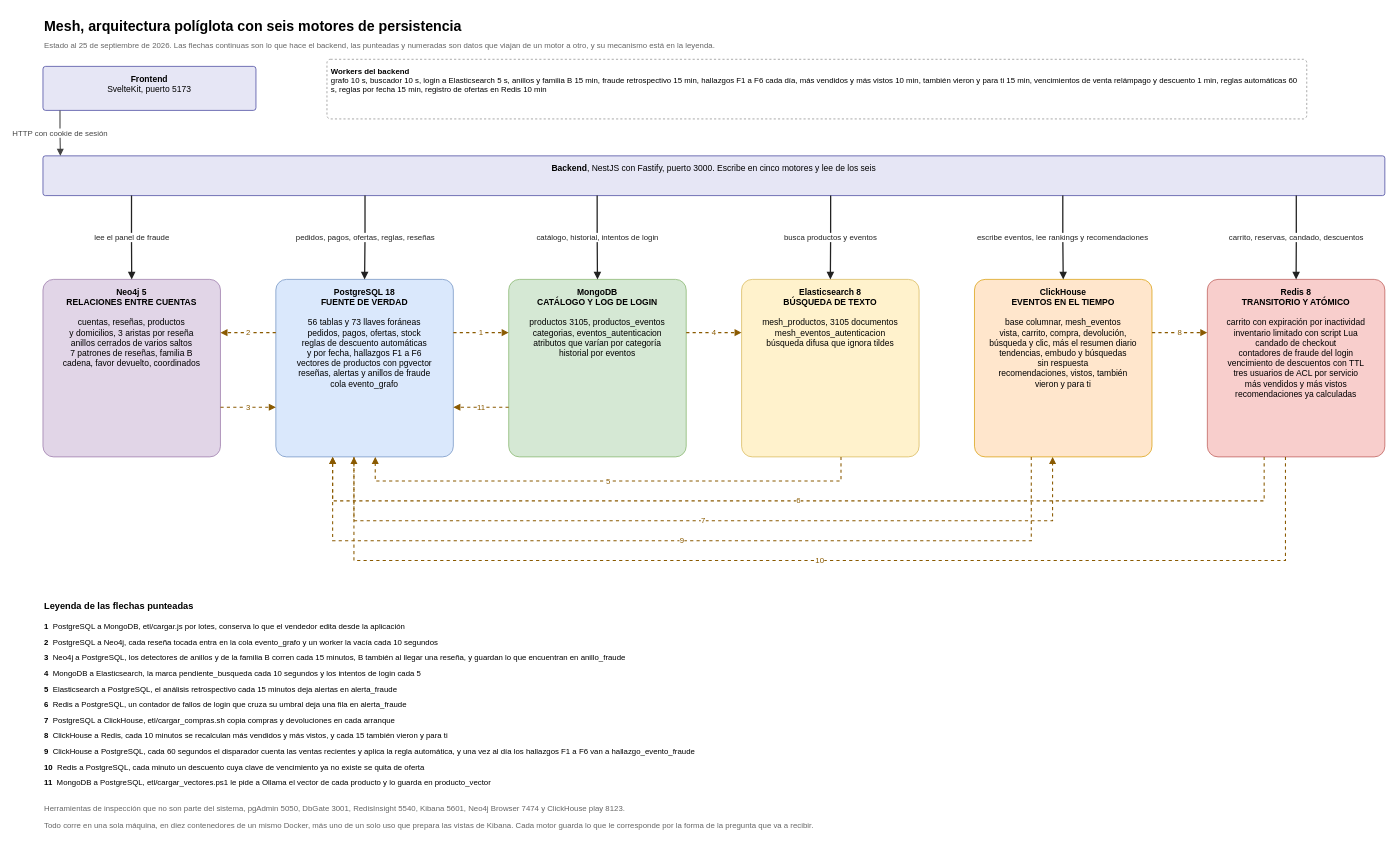
Before: docs/diagrama-arquitectura.drawio in pinedahuella/Proyecto-Tienda-Base-Datos-2, a draw.io diagram. Source tidied: cells renumbered, new cells numbered last; positions are measured from the earlier drawing's top-left corner, leaving out a move shared by most shapes. Both pictures are drawn from the tidied source at 71%, with x=0, y=0 at pixel (43, 12).
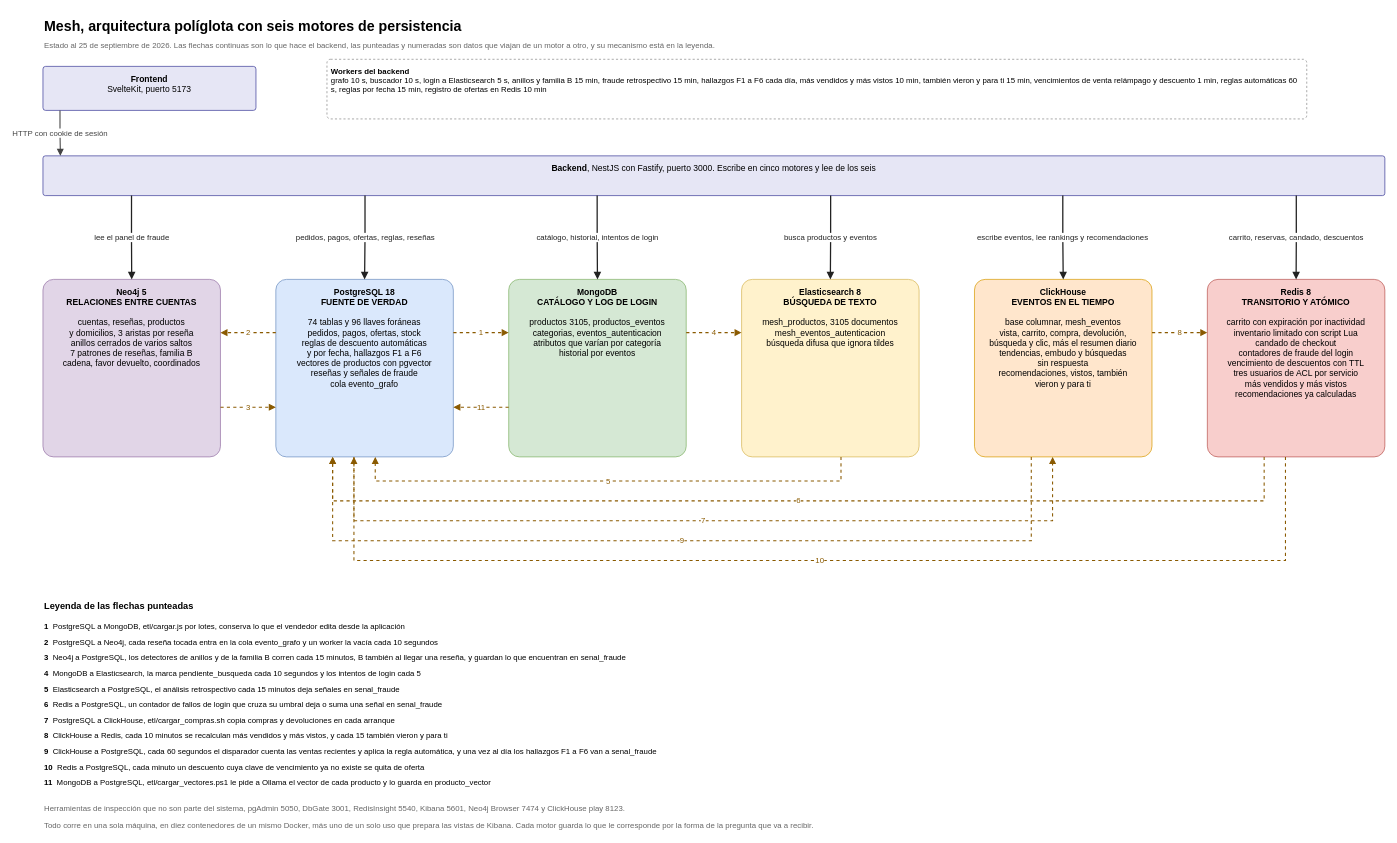
The same diagram, later.

Change to the diagram source:
```diff
@@
-    <mxCell id="10" value="&lt;b&gt;PostgreSQL 18&lt;/b&gt;&lt;br&gt;&lt;b&gt;FUENTE DE VERDAD&lt;/b&gt;&lt;br&gt;&lt;br&gt;56 tablas y 73 llaves foráneas&lt;br&gt;pedidos, pagos, ofertas, stock&lt;br&gt;reglas de descuento automáticas&lt;br&gt;y por fecha, hallazgos F1 a F6&lt;br&gt;vectores de productos con pgvector&lt;br&gt;reseñas, alertas y anillos de fraude&lt;br&gt;cola evento_grafo" style="rounded=1;arcSize=6;whiteSpace=wrap;html=1;fillColor=#DAE8FC;strokeColor=#6C8EBF;fontSize=12;align=center;verticalAlign=top;spacing=6;" parent="1" vertex="1">
+    <mxCell id="10" value="&lt;b&gt;PostgreSQL 18&lt;/b&gt;&lt;br&gt;&lt;b&gt;FUENTE DE VERDAD&lt;/b&gt;&lt;br&gt;&lt;br&gt;74 tablas y 96 llaves foráneas&lt;br&gt;pedidos, pagos, ofertas, stock&lt;br&gt;reglas de descuento automáticas&lt;br&gt;y por fecha, hallazgos F1 a F6&lt;br&gt;vectores de productos con pgvector&lt;br&gt;reseñas y señales de fraude&lt;br&gt;cola evento_grafo" style="rounded=1;arcSize=6;whiteSpace=wrap;html=1;fillColor=#DAE8FC;strokeColor=#6C8EBF;fontSize=12;align=center;verticalAlign=top;spacing=6;" parent="1" vertex="1">
       <mxGeometry x="328" y="376" width="250" height="250" as="geometry" />
     </mxCell>
@@
-    <mxCell id="34" value="&lt;b&gt;3&lt;/b&gt;&amp;nbsp;&amp;nbsp;Neo4j a PostgreSQL, los detectores de anillos y de la familia B corren cada 15 minutos, B también al llegar una reseña, y guardan lo que encuentran en anillo_fraude" style="text;html=1;strokeColor=none;fillColor=none;align=left;verticalAlign=top;whiteSpace=wrap;fontSize=11;" parent="1" vertex="1">
+    <mxCell id="34" value="&lt;b&gt;3&lt;/b&gt;&amp;nbsp;&amp;nbsp;Neo4j a PostgreSQL, los detectores de anillos y de la familia B corren cada 15 minutos, B también al llegar una reseña, y guardan lo que encuentran en senal_fraude" style="text;html=1;strokeColor=none;fillColor=none;align=left;verticalAlign=top;whiteSpace=wrap;fontSize=11;" parent="1" vertex="1">
       <mxGeometry y="896" width="1800" height="22" as="geometry" />
     </mxCell>
@@
-    <mxCell id="36" value="&lt;b&gt;5&lt;/b&gt;&amp;nbsp;&amp;nbsp;Elasticsearch a PostgreSQL, el análisis retrospectivo cada 15 minutos deja alertas en alerta_fraude" style="text;html=1;strokeColor=none;fillColor=none;align=left;verticalAlign=top;whiteSpace=wrap;fontSize=11;" parent="1" vertex="1">
+    <mxCell id="36" value="&lt;b&gt;5&lt;/b&gt;&amp;nbsp;&amp;nbsp;Elasticsearch a PostgreSQL, el análisis retrospectivo cada 15 minutos deja señales en senal_fraude" style="text;html=1;strokeColor=none;fillColor=none;align=left;verticalAlign=top;whiteSpace=wrap;fontSize=11;" parent="1" vertex="1">
       <mxGeometry y="940" width="1800" height="22" as="geometry" />
     </mxCell>
-    <mxCell id="37" value="&lt;b&gt;6&lt;/b&gt;&amp;nbsp;&amp;nbsp;Redis a PostgreSQL, un contador de fallos de login que cruza su umbral deja una fila en alerta_fraude" style="text;html=1;strokeColor=none;fillColor=none;align=left;verticalAlign=top;whiteSpace=wrap;fontSize=11;" parent="1" vertex="1">
+    <mxCell id="37" value="&lt;b&gt;6&lt;/b&gt;&amp;nbsp;&amp;nbsp;Redis a PostgreSQL, un contador de fallos de login que cruza su umbral deja o suma una señal en senal_fraude" style="text;html=1;strokeColor=none;fillColor=none;align=left;verticalAlign=top;whiteSpace=wrap;fontSize=11;" parent="1" vertex="1">
       <mxGeometry y="962" width="1800" height="22" as="geometry" />
     </mxCell>
@@
-    <mxCell id="40" value="&lt;b&gt;9&lt;/b&gt;&amp;nbsp;&amp;nbsp;ClickHouse a PostgreSQL, cada 60 segundos el disparador cuenta las ventas recientes y aplica la regla automática, y una vez al día los hallazgos F1 a F6 van a hallazgo_evento_fraude" style="text;html=1;strokeColor=none;fillColor=none;align=left;verticalAlign=top;whiteSpace=wrap;fontSize=11;" parent="1" vertex="1">
+    <mxCell id="40" value="&lt;b&gt;9&lt;/b&gt;&amp;nbsp;&amp;nbsp;ClickHouse a PostgreSQL, cada 60 segundos el disparador cuenta las ventas recientes y aplica la regla automática, y una vez al día los hallazgos F1 a F6 van a senal_fraude" style="text;html=1;strokeColor=none;fillColor=none;align=left;verticalAlign=top;whiteSpace=wrap;fontSize=11;" parent="1" vertex="1">
       <mxGeometry y="1028" width="1800" height="22" as="geometry" />
     </mxCell>
```
